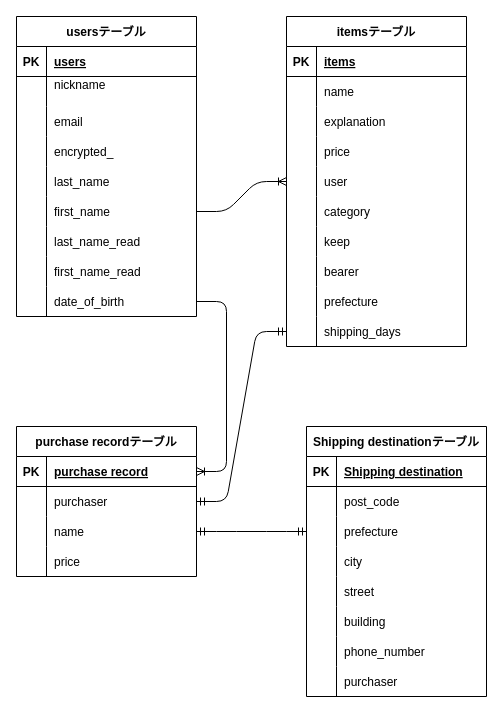
Earlier version of the draw.io diagram DB.dio (Kenshin-kohara/furima-41656). Source tidied: cells renumbered, new cells numbered last; positions are measured from the earlier drawing's top-left corner, leaving out a move shared by most shapes. Both pictures are drawn from the tidied source at 100%, with x=0, y=0 at pixel (16, 16).
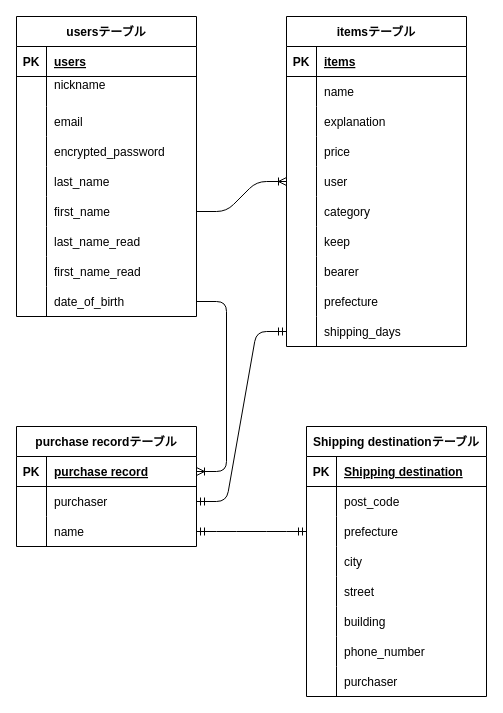
The same page after the edit.

The change refers to these unchanged cells:
```xml
<mxCell id="12" style="shape=tableRow;horizontal=0;startSize=0;swimlaneHead=0;swimlaneBody=0;fillColor=none;top=0;left=0;right=0;bottom=0;" parent="2" vertex="1">
  <mxGeometry y="120" width="180" height="30" as="geometry" />
</mxCell>
```

Diff of the diagram source:
```diff
@@
-    <mxCell id="14" value="encrypted_" style="shape=partialRectangle;fillColor=none;top=0;left=0;bottom=0;right=0;align=left;spacingLeft=6;overflow=hidden;" parent="12" vertex="1">
+    <mxCell id="14" value="encrypted_password" style="shape=partialRectangle;fillColor=none;top=0;left=0;bottom=0;right=0;align=left;spacingLeft=6;overflow=hidden;" parent="12" vertex="1">
       <mxGeometry x="30" width="150" height="30" as="geometry" />
     </mxCell>
@@
     <mxCell id="61" value="purchase recordテーブル" style="shape=table;startSize=30;childLayout=tableLayout;rowLines=0;fontStyle=1;align=center;" parent="1" vertex="1">
-      <mxGeometry y="410" width="180" height="150" as="geometry" />
+      <mxGeometry y="410" width="180" height="120" as="geometry" />
     </mxCell>
@@
-    <mxCell id="71" style="shape=tableRow;horizontal=0;startSize=0;swimlaneHead=0;swimlaneBody=0;fillColor=none;top=0;left=0;right=0;bottom=0;" parent="61" vertex="1">
-      <mxGeometry y="120" width="180" height="30" as="geometry" />
-    </mxCell>
-    <mxCell id="72" style="shape=partialRectangle;fillColor=none;top=0;left=0;bottom=0;right=0;overflow=hidden;" parent="71" vertex="1">
-      <mxGeometry width="30" height="30" as="geometry" />
-    </mxCell>
-    <mxCell id="73" value="price" style="shape=partialRectangle;fillColor=none;top=0;left=0;bottom=0;right=0;align=left;spacingLeft=6;overflow=hidden;" parent="71" vertex="1">
-      <mxGeometry x="30" width="150" height="30" as="geometry" />
-    </mxCell>
```
